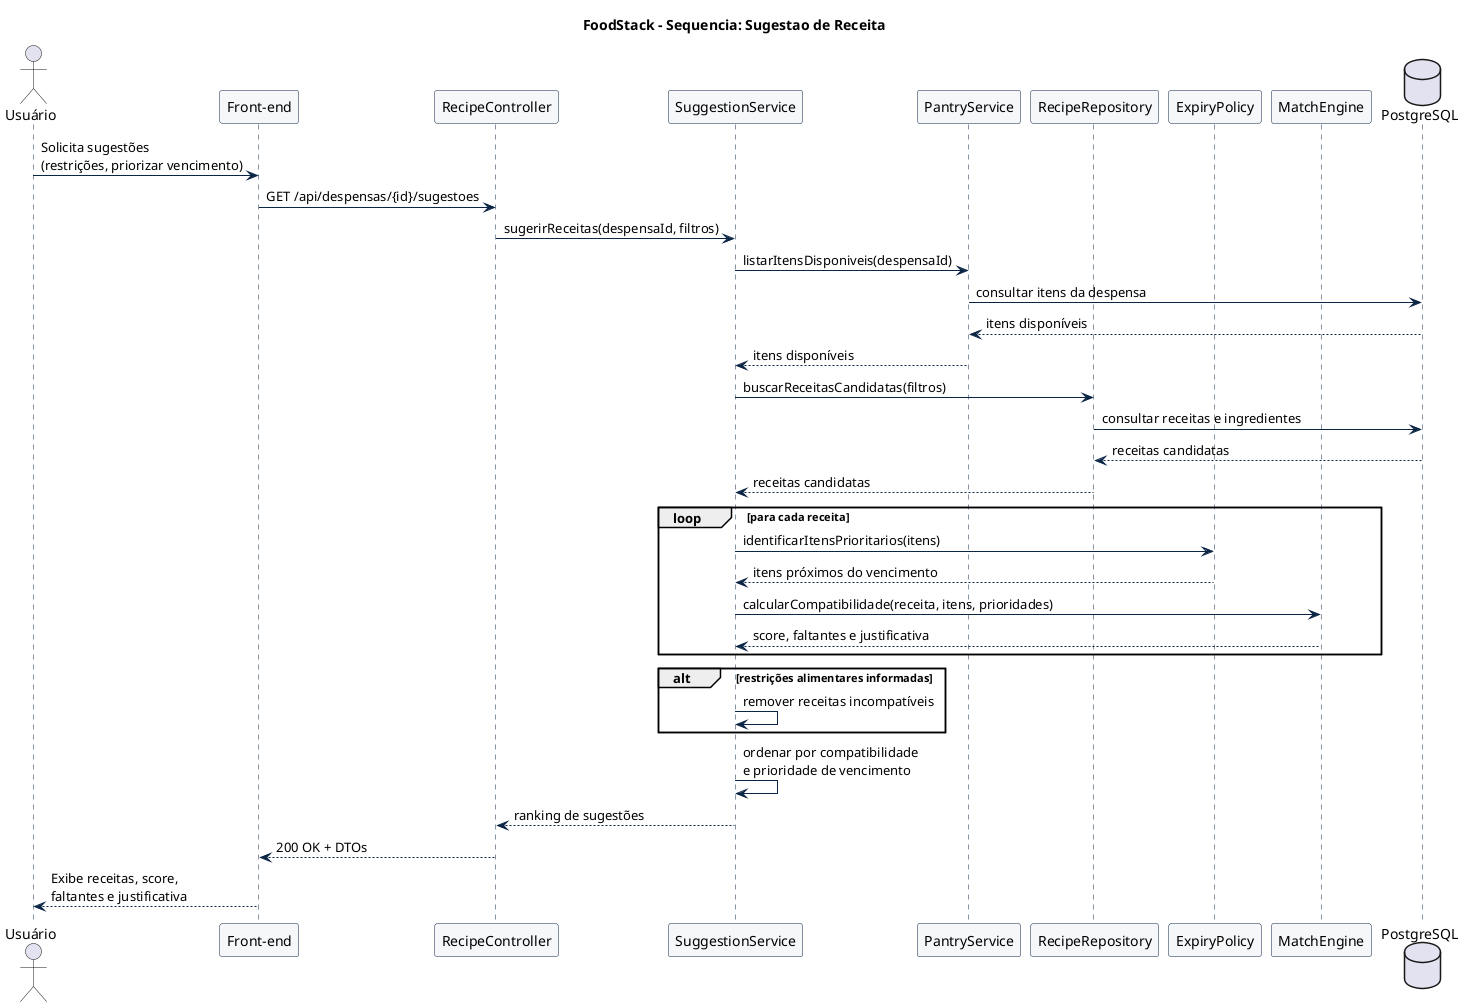
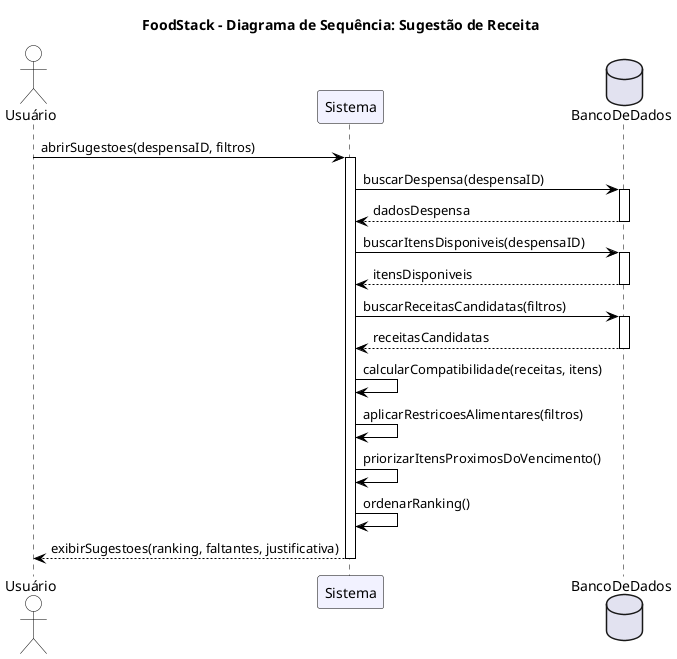
@startuml
- title FoodStack - Sequencia: Sugestao de Receita
+ title FoodStack - Diagrama de Sequência: Sugestão de Receita

skinparam shadowing false
+ skinparam defaultFontName Arial
skinparam sequence {
-   ArrowColor #0B2545
-   LifeLineBorderColor #0B2545
-   ParticipantBorderColor #0B2545
-   ParticipantBackgroundColor #F6F7F9
+   ArrowColor Black
+   LifeLineBorderColor Black
+   ParticipantBorderColor Black
+   ParticipantBackgroundColor #F2F2FF
+   ActorBorderColor Black
+   ActorBackgroundColor White
+   DatabaseBorderColor Black
+   DatabaseBackgroundColor White
}

- actor "Usuário" as U
- participant "Front-end" as FE
- participant "RecipeController" as RC
- participant "SuggestionService" as SS
- participant "PantryService" as PS
- participant "RecipeRepository" as RR
- participant "ExpiryPolicy" as EP
- participant "MatchEngine" as ME
- database "PostgreSQL" as DB
+ actor "Usuário" as Usuario
+ participant "Sistema" as Sistema
+ database "BancoDeDados" as BancoDeDados

- U -> FE : Solicita sugestões\n(restrições, priorizar vencimento)
- FE -> RC : GET /api/despensas/{id}/sugestoes
- RC -> SS : sugerirReceitas(despensaId, filtros)
- SS -> PS : listarItensDisponiveis(despensaId)
- PS -> DB : consultar itens da despensa
- DB --> PS : itens disponíveis
- PS --> SS : itens disponíveis
+ Usuario -> Sistema : abrirSugestoes(despensaID, filtros)
+ activate Sistema
+ Sistema -> BancoDeDados : buscarDespensa(despensaID)
+ activate BancoDeDados
+ BancoDeDados --> Sistema : dadosDespensa
+ deactivate BancoDeDados

- SS -> RR : buscarReceitasCandidatas(filtros)
- RR -> DB : consultar receitas e ingredientes
- DB --> RR : receitas candidatas
- RR --> SS : receitas candidatas
+ Sistema -> BancoDeDados : buscarItensDisponiveis(despensaID)
+ activate BancoDeDados
+ BancoDeDados --> Sistema : itensDisponiveis
+ deactivate BancoDeDados

- loop para cada receita
-   SS -> EP : identificarItensPrioritarios(itens)
-   EP --> SS : itens próximos do vencimento
-   SS -> ME : calcularCompatibilidade(receita, itens, prioridades)
-   ME --> SS : score, faltantes e justificativa
- end
+ Sistema -> BancoDeDados : buscarReceitasCandidatas(filtros)
+ activate BancoDeDados
+ BancoDeDados --> Sistema : receitasCandidatas
+ deactivate BancoDeDados

- alt restrições alimentares informadas
-   SS -> SS : remover receitas incompatíveis
- end
+ Sistema -> Sistema : calcularCompatibilidade(receitas, itens)
+ Sistema -> Sistema : aplicarRestricoesAlimentares(filtros)
+ Sistema -> Sistema : priorizarItensProximosDoVencimento()
+ Sistema -> Sistema : ordenarRanking()

- SS -> SS : ordenar por compatibilidade\ne prioridade de vencimento
- SS --> RC : ranking de sugestões
- RC --> FE : 200 OK + DTOs
- FE --> U : Exibe receitas, score,\nfaltantes e justificativa
+ Sistema --> Usuario : exibirSugestoes(ranking, faltantes, justificativa)
+ deactivate Sistema
@enduml
